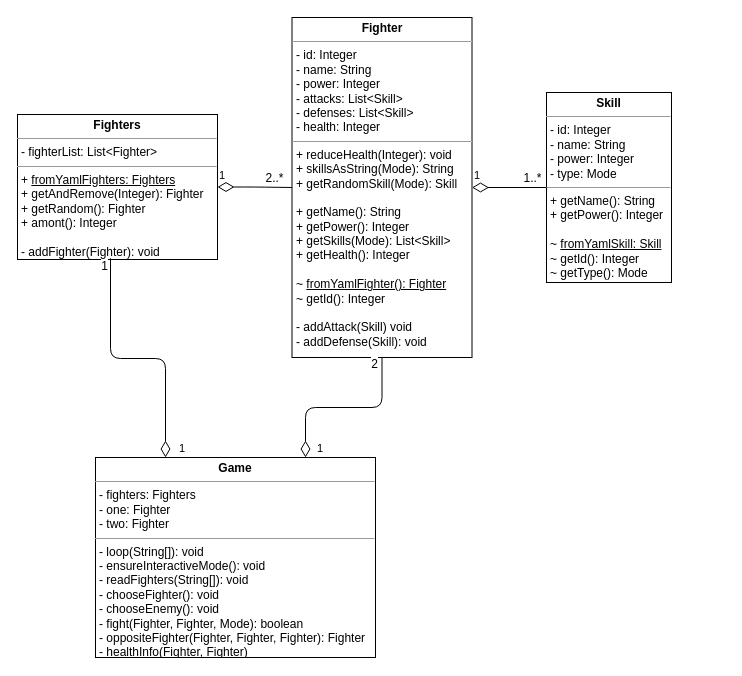
This is docs/img/UML.drawio from yannickkirschen/console-arena, a draw.io file, before an edit. Source tidied: cells renumbered, new cells numbered last; positions are measured from the earlier drawing's top-left corner, leaving out a move shared by most shapes. Both pictures are drawn from the tidied source at 100%, with x=0, y=0 at pixel (17, 17).
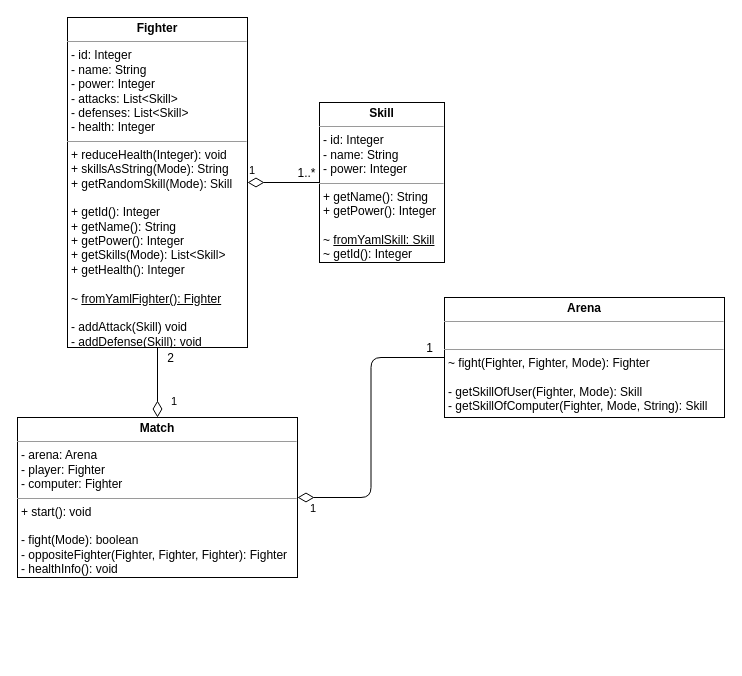
The same diagram, later.

Commit message (it also covers changes not shown here):
Refactoring, Javadoc, UML

What changed in the source:
```diff
@@
 <mxGraphModel>
   <root>
     <mxCell id="0" />
     <mxCell id="1" parent="0" />
-    <mxCell id="2" value="&lt;p style=&quot;margin: 0px ; margin-top: 4px ; text-align: center&quot;&gt;&lt;b&gt;Fighter&lt;/b&gt;&lt;/p&gt;&lt;hr size=&quot;1&quot;&gt;&lt;p style=&quot;margin: 0px ; margin-left: 4px&quot;&gt;- id: Integer&lt;/p&gt;&lt;p style=&quot;margin: 0px ; margin-left: 4px&quot;&gt;- name: String&lt;/p&gt;&lt;p style=&quot;margin: 0px ; margin-left: 4px&quot;&gt;- power: Integer&lt;/p&gt;&lt;p style=&quot;margin: 0px ; margin-left: 4px&quot;&gt;- attacks: List&amp;lt;Skill&amp;gt;&lt;/p&gt;&lt;p style=&quot;margin: 0px ; margin-left: 4px&quot;&gt;- defenses: List&amp;lt;Skill&amp;gt;&lt;/p&gt;&lt;p style=&quot;margin: 0px ; margin-left: 4px&quot;&gt;- health: Integer&lt;br&gt;&lt;/p&gt;&lt;hr size=&quot;1&quot;&gt;&lt;p style=&quot;margin: 0px ; margin-left: 4px&quot;&gt;&lt;span&gt;+ reduceHealth(Integer): void&lt;/span&gt;&lt;br&gt;&lt;/p&gt;&lt;p style=&quot;margin: 0px ; margin-left: 4px&quot;&gt;+ skillsAsString(Mode): String&lt;/p&gt;&lt;p style=&quot;margin: 0px ; margin-left: 4px&quot;&gt;+ getRandomSkill(Mode): Skill&lt;/p&gt;&lt;p style=&quot;margin: 0px ; margin-left: 4px&quot;&gt;&lt;br&gt;&lt;/p&gt;&lt;p style=&quot;margin: 0px ; margin-left: 4px&quot;&gt;+ getName(): String&lt;/p&gt;&lt;p style=&quot;margin: 0px ; margin-left: 4px&quot;&gt;+ getPower(): Integer&lt;/p&gt;&lt;p style=&quot;margin: 0px ; margin-left: 4px&quot;&gt;+ getSkills(Mode): List&amp;lt;Skill&amp;gt;&lt;/p&gt;&lt;p style=&quot;margin: 0px ; margin-left: 4px&quot;&gt;+ getHealth(): Integer&lt;/p&gt;&lt;p style=&quot;margin: 0px ; margin-left: 4px&quot;&gt;&lt;br&gt;&lt;/p&gt;&lt;p style=&quot;margin: 0px ; margin-left: 4px&quot;&gt;~&amp;nbsp;&lt;u&gt;fromYamlFighter(): Fighter&lt;/u&gt;&lt;br&gt;&lt;/p&gt;&lt;p style=&quot;margin: 0px ; margin-left: 4px&quot;&gt;~ getId(): Integer&lt;u&gt;&lt;br&gt;&lt;/u&gt;&lt;/p&gt;&lt;p style=&quot;margin: 0px ; margin-left: 4px&quot;&gt;&lt;br&gt;&lt;/p&gt;&lt;p style=&quot;margin: 0px ; margin-left: 4px&quot;&gt;- addAttack(Skill) void&lt;/p&gt;&lt;p style=&quot;margin: 0px ; margin-left: 4px&quot;&gt;- addDefense(Skill): void&lt;/p&gt;" style="verticalAlign=top;align=left;overflow=fill;fontSize=12;fontFamily=Helvetica;html=1;" parent="1" vertex="1">
-      <mxGeometry x="274.5" width="180" height="340" as="geometry" />
+    <mxCell id="2" value="&lt;p style=&quot;margin: 0px ; margin-top: 4px ; text-align: center&quot;&gt;&lt;b&gt;Fighter&lt;/b&gt;&lt;/p&gt;&lt;hr size=&quot;1&quot;&gt;&lt;p style=&quot;margin: 0px ; margin-left: 4px&quot;&gt;- id: Integer&lt;/p&gt;&lt;p style=&quot;margin: 0px ; margin-left: 4px&quot;&gt;- name: String&lt;/p&gt;&lt;p style=&quot;margin: 0px ; margin-left: 4px&quot;&gt;- power: Integer&lt;/p&gt;&lt;p style=&quot;margin: 0px ; margin-left: 4px&quot;&gt;- attacks: List&amp;lt;Skill&amp;gt;&lt;/p&gt;&lt;p style=&quot;margin: 0px ; margin-left: 4px&quot;&gt;- defenses: List&amp;lt;Skill&amp;gt;&lt;/p&gt;&lt;p style=&quot;margin: 0px ; margin-left: 4px&quot;&gt;- health: Integer&lt;br&gt;&lt;/p&gt;&lt;hr size=&quot;1&quot;&gt;&lt;p style=&quot;margin: 0px ; margin-left: 4px&quot;&gt;&lt;span&gt;+ reduceHealth(Integer): void&lt;/span&gt;&lt;br&gt;&lt;/p&gt;&lt;p style=&quot;margin: 0px ; margin-left: 4px&quot;&gt;+ skillsAsString(Mode): String&lt;/p&gt;&lt;p style=&quot;margin: 0px ; margin-left: 4px&quot;&gt;+ getRandomSkill(Mode): Skill&lt;/p&gt;&lt;p style=&quot;margin: 0px ; margin-left: 4px&quot;&gt;&lt;br&gt;&lt;/p&gt;&lt;p style=&quot;margin: 0px ; margin-left: 4px&quot;&gt;+ getId(): Integer&lt;br&gt;&lt;/p&gt;&lt;p style=&quot;margin: 0px ; margin-left: 4px&quot;&gt;+ getName(): String&lt;/p&gt;&lt;p style=&quot;margin: 0px ; margin-left: 4px&quot;&gt;+ getPower(): Integer&lt;/p&gt;&lt;p style=&quot;margin: 0px ; margin-left: 4px&quot;&gt;+ getSkills(Mode): List&amp;lt;Skill&amp;gt;&lt;/p&gt;&lt;p style=&quot;margin: 0px ; margin-left: 4px&quot;&gt;+ getHealth(): Integer&lt;/p&gt;&lt;p style=&quot;margin: 0px ; margin-left: 4px&quot;&gt;&lt;br&gt;&lt;/p&gt;&lt;p style=&quot;margin: 0px ; margin-left: 4px&quot;&gt;~&amp;nbsp;&lt;u&gt;fromYamlFighter(): Fighter&lt;/u&gt;&lt;/p&gt;&lt;p style=&quot;margin: 0px ; margin-left: 4px&quot;&gt;&lt;br&gt;&lt;/p&gt;&lt;p style=&quot;margin: 0px ; margin-left: 4px&quot;&gt;- addAttack(Skill) void&lt;/p&gt;&lt;p style=&quot;margin: 0px ; margin-left: 4px&quot;&gt;- addDefense(Skill): void&lt;/p&gt;" style="verticalAlign=top;align=left;overflow=fill;fontSize=12;fontFamily=Helvetica;html=1;" parent="1" vertex="1">
+      <mxGeometry x="50" width="180" height="330" as="geometry" />
     </mxCell>
-    <mxCell id="3" value="&lt;p style=&quot;margin: 0px ; margin-top: 4px ; text-align: center&quot;&gt;&lt;b&gt;Fighters&lt;/b&gt;&lt;/p&gt;&lt;hr size=&quot;1&quot;&gt;&lt;p style=&quot;margin: 0px ; margin-left: 4px&quot;&gt;- fighterList: List&amp;lt;Fighter&amp;gt;&lt;br&gt;&lt;/p&gt;&lt;hr size=&quot;1&quot;&gt;&lt;p style=&quot;margin: 0px ; margin-left: 4px&quot;&gt;+&amp;nbsp;&lt;u&gt;fromYamlFighters: Fighters&lt;/u&gt;&lt;br style=&quot;padding: 0px ; margin: 0px&quot;&gt;+ getAndRemove(Integer): Fighter&lt;br style=&quot;padding: 0px ; margin: 0px&quot;&gt;+ getRandom(): Fighter&lt;/p&gt;&lt;p style=&quot;margin: 0px ; margin-left: 4px&quot;&gt;+ amont(): Integer&lt;br style=&quot;padding: 0px ; margin: 0px&quot;&gt;&lt;br style=&quot;padding: 0px ; margin: 0px&quot;&gt;- addFighter(Fighter): void&lt;br&gt;&lt;/p&gt;" style="verticalAlign=top;align=left;overflow=fill;fontSize=12;fontFamily=Helvetica;html=1;" parent="1" vertex="1">
-      <mxGeometry y="97" width="200" height="145" as="geometry" />
-    </mxCell>
-    <mxCell id="4" value="&lt;p style=&quot;margin: 0px ; margin-top: 4px ; text-align: center&quot;&gt;&lt;b&gt;Skill&lt;/b&gt;&lt;/p&gt;&lt;hr size=&quot;1&quot;&gt;&lt;p style=&quot;margin: 0px 0px 0px 4px&quot;&gt;- id: Integer&lt;/p&gt;&lt;p style=&quot;margin: 0px 0px 0px 4px&quot;&gt;- name: String&lt;/p&gt;&lt;p style=&quot;margin: 0px 0px 0px 4px&quot;&gt;- power: Integer&lt;/p&gt;&lt;p style=&quot;margin: 0px 0px 0px 4px&quot;&gt;- type: Mode&lt;/p&gt;&lt;hr size=&quot;1&quot;&gt;&lt;p style=&quot;margin: 0px ; margin-left: 4px&quot;&gt;+ getName(): String&lt;/p&gt;&lt;p style=&quot;margin: 0px ; margin-left: 4px&quot;&gt;+ getPower(): Integer&lt;br style=&quot;padding: 0px ; margin: 0px&quot;&gt;&lt;br&gt;~&amp;nbsp;&lt;u&gt;fromYamlSkill: Skill&lt;/u&gt;&lt;br style=&quot;padding: 0px ; margin: 0px&quot;&gt;~ getId(): Integer&lt;br&gt;&lt;/p&gt;&lt;p style=&quot;margin: 0px ; margin-left: 4px&quot;&gt;~ getType(): Mode&lt;br&gt;&lt;/p&gt;" style="verticalAlign=top;align=left;overflow=fill;fontSize=12;fontFamily=Helvetica;html=1;" parent="1" vertex="1">
-      <mxGeometry x="529" y="75" width="125" height="190" as="geometry" />
+    <mxCell id="4" value="&lt;p style=&quot;margin: 0px ; margin-top: 4px ; text-align: center&quot;&gt;&lt;b&gt;Skill&lt;/b&gt;&lt;/p&gt;&lt;hr size=&quot;1&quot;&gt;&lt;p style=&quot;margin: 0px 0px 0px 4px&quot;&gt;- id: Integer&lt;/p&gt;&lt;p style=&quot;margin: 0px 0px 0px 4px&quot;&gt;- name: String&lt;/p&gt;&lt;p style=&quot;margin: 0px 0px 0px 4px&quot;&gt;- power: Integer&lt;br&gt;&lt;/p&gt;&lt;hr size=&quot;1&quot;&gt;&lt;p style=&quot;margin: 0px ; margin-left: 4px&quot;&gt;+ getName(): String&lt;/p&gt;&lt;p style=&quot;margin: 0px ; margin-left: 4px&quot;&gt;+ getPower(): Integer&lt;br style=&quot;padding: 0px ; margin: 0px&quot;&gt;&lt;br&gt;~&amp;nbsp;&lt;u&gt;fromYamlSkill: Skill&lt;/u&gt;&lt;br style=&quot;padding: 0px ; margin: 0px&quot;&gt;~ getId(): Integer&lt;/p&gt;" style="verticalAlign=top;align=left;overflow=fill;fontSize=12;fontFamily=Helvetica;html=1;" parent="1" vertex="1">
+      <mxGeometry x="302" y="85" width="125" height="160" as="geometry" />
     </mxCell>
-    <mxCell id="5" value="1" style="endArrow=none;html=1;endSize=12;startArrow=diamondThin;startSize=14;startFill=0;edgeStyle=orthogonalEdgeStyle;align=left;verticalAlign=bottom;strokeColor=#000000;endFill=0;exitX=1;exitY=0.5;exitDx=0;exitDy=0;entryX=0;entryY=0.5;entryDx=0;entryDy=0;" parent="1" edge="1" source="3" target="2">
-      <mxGeometry x="-1" y="3" relative="1" as="geometry" />
-    </mxCell>
-    <mxCell id="6" value="2..*" style="text;html=1;align=center;verticalAlign=middle;labelBackgroundColor=#ffffff;" parent="5" vertex="1">
-      <mxGeometry x="0.73" y="4" relative="1" as="geometry">
-        <mxPoint x="-8" y="-6" as="offset" />
-      </mxGeometry>
-    </mxCell>
     <mxCell id="7" value="1" style="endArrow=none;html=1;endSize=12;startArrow=diamondThin;startSize=14;startFill=0;edgeStyle=orthogonalEdgeStyle;align=left;verticalAlign=bottom;strokeColor=#000000;endFill=0;exitX=1;exitY=0.5;exitDx=0;exitDy=0;entryX=0;entryY=0.5;entryDx=0;entryDy=0;" parent="1" edge="1" source="2" target="4">
       <mxGeometry x="-1" y="3" relative="1" as="geometry" />
     </mxCell>
     <mxCell id="8" value="1..*" style="text;html=1;align=center;verticalAlign=middle;labelBackgroundColor=#ffffff;" parent="7" vertex="1">
       <mxGeometry x="0.73" y="4" relative="1" as="geometry">
         <mxPoint x="-4" y="-6" as="offset" />
       </mxGeometry>
     </mxCell>
-    <mxCell id="9" value="&lt;p style=&quot;margin: 0px ; margin-top: 4px ; text-align: center&quot;&gt;&lt;b&gt;Game&lt;/b&gt;&lt;/p&gt;&lt;hr size=&quot;1&quot;&gt;&lt;p style=&quot;margin: 0px 0px 0px 4px&quot;&gt;- fighters: Fighters&lt;/p&gt;&lt;p style=&quot;margin: 0px 0px 0px 4px&quot;&gt;- one: Fighter&lt;/p&gt;&lt;p style=&quot;margin: 0px 0px 0px 4px&quot;&gt;- two: Fighter&lt;/p&gt;&lt;hr size=&quot;1&quot;&gt;&lt;p style=&quot;margin: 0px ; margin-left: 4px&quot;&gt;&lt;span&gt;- loop(String[]): void&lt;/span&gt;&lt;br&gt;&lt;/p&gt;&lt;p style=&quot;margin: 0px ; margin-left: 4px&quot;&gt;-&amp;nbsp;ensureInteractiveMode(): void&lt;/p&gt;&lt;p style=&quot;margin: 0px ; margin-left: 4px&quot;&gt;- readFighters(String[]): void&lt;/p&gt;&lt;p style=&quot;margin: 0px ; margin-left: 4px&quot;&gt;- chooseFighter(): void&lt;/p&gt;&lt;p style=&quot;margin: 0px ; margin-left: 4px&quot;&gt;- chooseEnemy(): void&lt;/p&gt;&lt;p style=&quot;margin: 0px ; margin-left: 4px&quot;&gt;- fight(Fighter, Fighter, Mode): boolean&lt;br&gt;&lt;/p&gt;&lt;p style=&quot;margin: 0px ; margin-left: 4px&quot;&gt;- oppositeFighter(Fighter, Fighter, Fighter): Fighter&lt;br&gt;&lt;/p&gt;&lt;p style=&quot;margin: 0px ; margin-left: 4px&quot;&gt;- healthInfo(Fighter, Fighter)&lt;/p&gt;" style="verticalAlign=top;align=left;overflow=fill;fontSize=12;fontFamily=Helvetica;html=1;" parent="1" vertex="1">
-      <mxGeometry x="78" y="440" width="280" height="200" as="geometry" />
+    <mxCell id="9" value="&lt;p style=&quot;margin: 0px ; margin-top: 4px ; text-align: center&quot;&gt;&lt;b&gt;Match&lt;/b&gt;&lt;/p&gt;&lt;hr size=&quot;1&quot;&gt;&lt;p style=&quot;margin: 0px 0px 0px 4px&quot;&gt;- arena: Arena&lt;/p&gt;&lt;p style=&quot;margin: 0px 0px 0px 4px&quot;&gt;- player: Fighter&lt;/p&gt;&lt;p style=&quot;margin: 0px 0px 0px 4px&quot;&gt;- computer: Fighter&lt;/p&gt;&lt;hr size=&quot;1&quot;&gt;&lt;p style=&quot;margin: 0px ; margin-left: 4px&quot;&gt;+ start(): void&lt;/p&gt;&lt;p style=&quot;margin: 0px ; margin-left: 4px&quot;&gt;&lt;br&gt;&lt;/p&gt;&lt;p style=&quot;margin: 0px ; margin-left: 4px&quot;&gt;- fight(Mode): boolean&lt;/p&gt;&lt;p style=&quot;margin: 0px ; margin-left: 4px&quot;&gt;&lt;span&gt;- oppositeFighter(Fighter, Fighter, Fighter): Fighter&lt;/span&gt;&lt;/p&gt;&lt;p style=&quot;margin: 0px ; margin-left: 4px&quot;&gt;&lt;span&gt;- healthInfo(): void&lt;/span&gt;&lt;/p&gt;" style="verticalAlign=top;align=left;overflow=fill;fontSize=12;fontFamily=Helvetica;html=1;" parent="1" vertex="1">
+      <mxGeometry y="400" width="280" height="160" as="geometry" />
     </mxCell>
-    <mxCell id="10" value="1" style="endArrow=none;html=1;endSize=12;startArrow=diamondThin;startSize=14;startFill=0;edgeStyle=orthogonalEdgeStyle;align=left;verticalAlign=bottom;strokeColor=#000000;endFill=0;exitX=0.25;exitY=0;exitDx=0;exitDy=0;entryX=0.465;entryY=0.992;entryDx=0;entryDy=0;entryPerimeter=0;" parent="1" edge="1" source="9" target="3">
-      <mxGeometry x="-0.22" y="100" relative="1" as="geometry">
-        <mxPoint x="12" y="-1" as="offset" />
-      </mxGeometry>
-    </mxCell>
-    <mxCell id="11" value="1" style="text;html=1;align=center;verticalAlign=middle;labelBackgroundColor=#ffffff;" parent="10" vertex="1">
-      <mxGeometry x="0.73" y="4" relative="1" as="geometry">
-        <mxPoint x="-3" y="-27" as="offset" />
-      </mxGeometry>
-    </mxCell>
-    <mxCell id="12" value="1" style="endArrow=none;html=1;endSize=12;startArrow=diamondThin;startSize=14;startFill=0;edgeStyle=orthogonalEdgeStyle;align=left;verticalAlign=bottom;strokeColor=#000000;endFill=0;exitX=0.75;exitY=0;exitDx=0;exitDy=0;entryX=0.5;entryY=1;entryDx=0;entryDy=0;" parent="1" edge="1" source="9" target="2">
-      <mxGeometry x="-0.32" y="-50" relative="1" as="geometry" />
+    <mxCell id="12" value="1" style="endArrow=none;html=1;endSize=12;startArrow=diamondThin;startSize=14;startFill=0;edgeStyle=orthogonalEdgeStyle;align=left;verticalAlign=bottom;strokeColor=#000000;endFill=0;exitX=0.5;exitY=0;exitDx=0;exitDy=0;entryX=0.5;entryY=1;entryDx=0;entryDy=0;" parent="1" edge="1" source="9" target="2">
+      <mxGeometry x="-0.8" y="-12" relative="1" as="geometry" />
     </mxCell>
     <mxCell id="13" value="2" style="text;html=1;align=center;verticalAlign=middle;labelBackgroundColor=#ffffff;" parent="12" vertex="1">
       <mxGeometry x="0.73" y="4" relative="1" as="geometry">
-        <mxPoint x="-4" y="-17" as="offset" />
+        <mxPoint x="16" y="1" as="offset" />
       </mxGeometry>
     </mxCell>
+    <mxCell id="14" value="&lt;p style=&quot;margin: 0px ; margin-top: 4px ; text-align: center&quot;&gt;&lt;b&gt;Arena&lt;/b&gt;&lt;/p&gt;&lt;hr size=&quot;1&quot;&gt;&lt;p style=&quot;margin: 0px 0px 0px 4px&quot;&gt;&lt;br&gt;&lt;/p&gt;&lt;hr size=&quot;1&quot;&gt;&lt;p style=&quot;margin: 0px ; margin-left: 4px&quot;&gt;&lt;span&gt;~ fight(Fighter, Fighter, Mode): Fighter&lt;/span&gt;&lt;br&gt;&lt;/p&gt;&lt;p style=&quot;margin: 0px ; margin-left: 4px&quot;&gt;&lt;span&gt;&lt;br&gt;&lt;/span&gt;&lt;/p&gt;&lt;p style=&quot;margin: 0px ; margin-left: 4px&quot;&gt;&lt;span&gt;- getSkillOfUser(Fighter, Mode): Skill&lt;/span&gt;&lt;/p&gt;&lt;p style=&quot;margin: 0px ; margin-left: 4px&quot;&gt;&lt;span&gt;- getSkillOfComputer(Fighter, Mode, String): Skill&lt;/span&gt;&lt;/p&gt;" style="verticalAlign=top;align=left;overflow=fill;fontSize=12;fontFamily=Helvetica;html=1;" parent="1" vertex="1">
+      <mxGeometry x="427" y="280" width="280" height="120" as="geometry" />
+    </mxCell>
+    <mxCell id="5" value="1" style="endArrow=none;html=1;endSize=12;startArrow=diamondThin;startSize=14;startFill=0;edgeStyle=orthogonalEdgeStyle;align=left;verticalAlign=bottom;strokeColor=#000000;endFill=0;exitX=1;exitY=0.5;exitDx=0;exitDy=0;entryX=0;entryY=0.5;entryDx=0;entryDy=0;" parent="1" edge="1" source="9" target="14">
+      <mxGeometry x="-0.92" y="-20" relative="1" as="geometry" />
+    </mxCell>
+    <mxCell id="11" value="1" style="text;html=1;align=center;verticalAlign=middle;labelBackgroundColor=#ffffff;" parent="5" vertex="1">
+      <mxGeometry x="0.73" y="4" relative="1" as="geometry">
+        <mxPoint x="23" y="-6" as="offset" />
+      </mxGeometry>
+    </mxCell>
   </root>
 </mxGraphModel>
```
